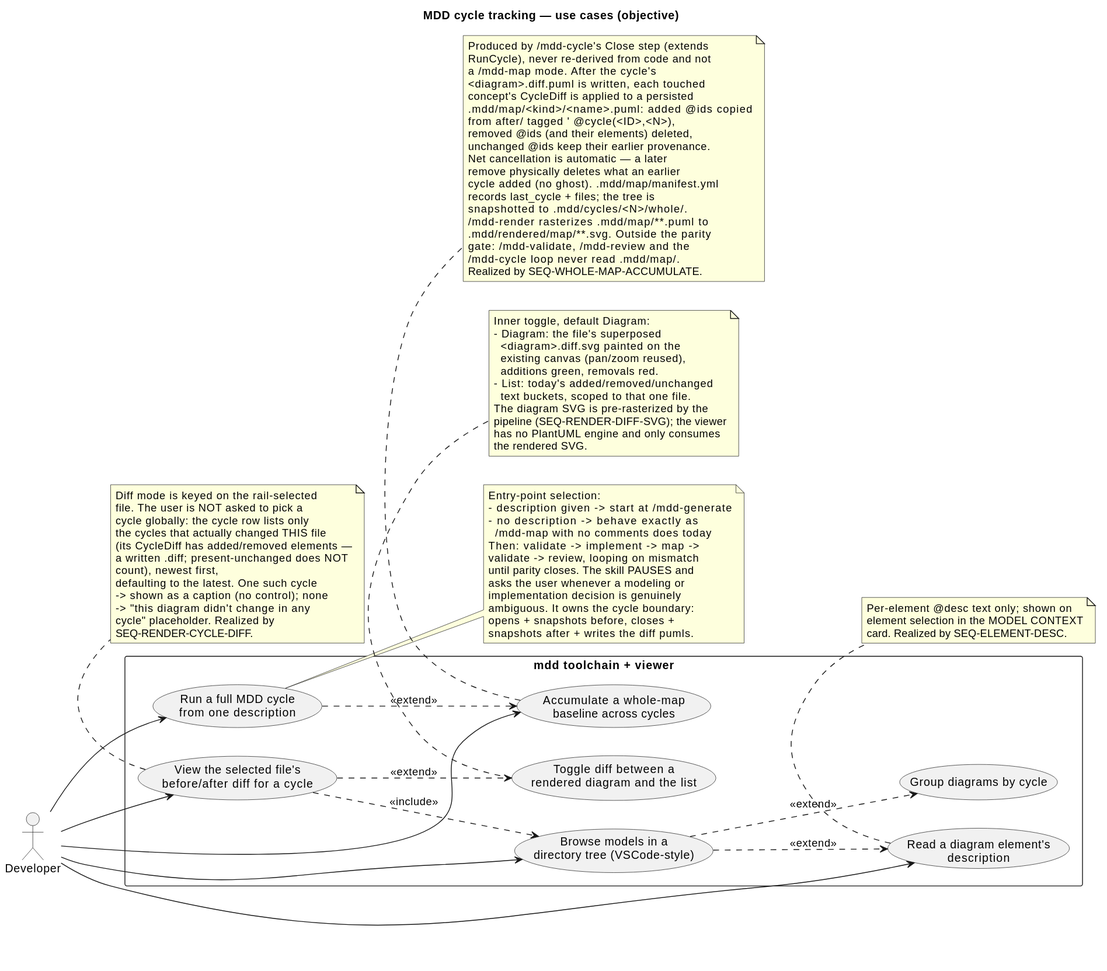
Above: .mdd/rendered/models/objective/use-cases/cycle-tracking.svg in cthadeufaria/model-driven-development (PlantUML), before the change.
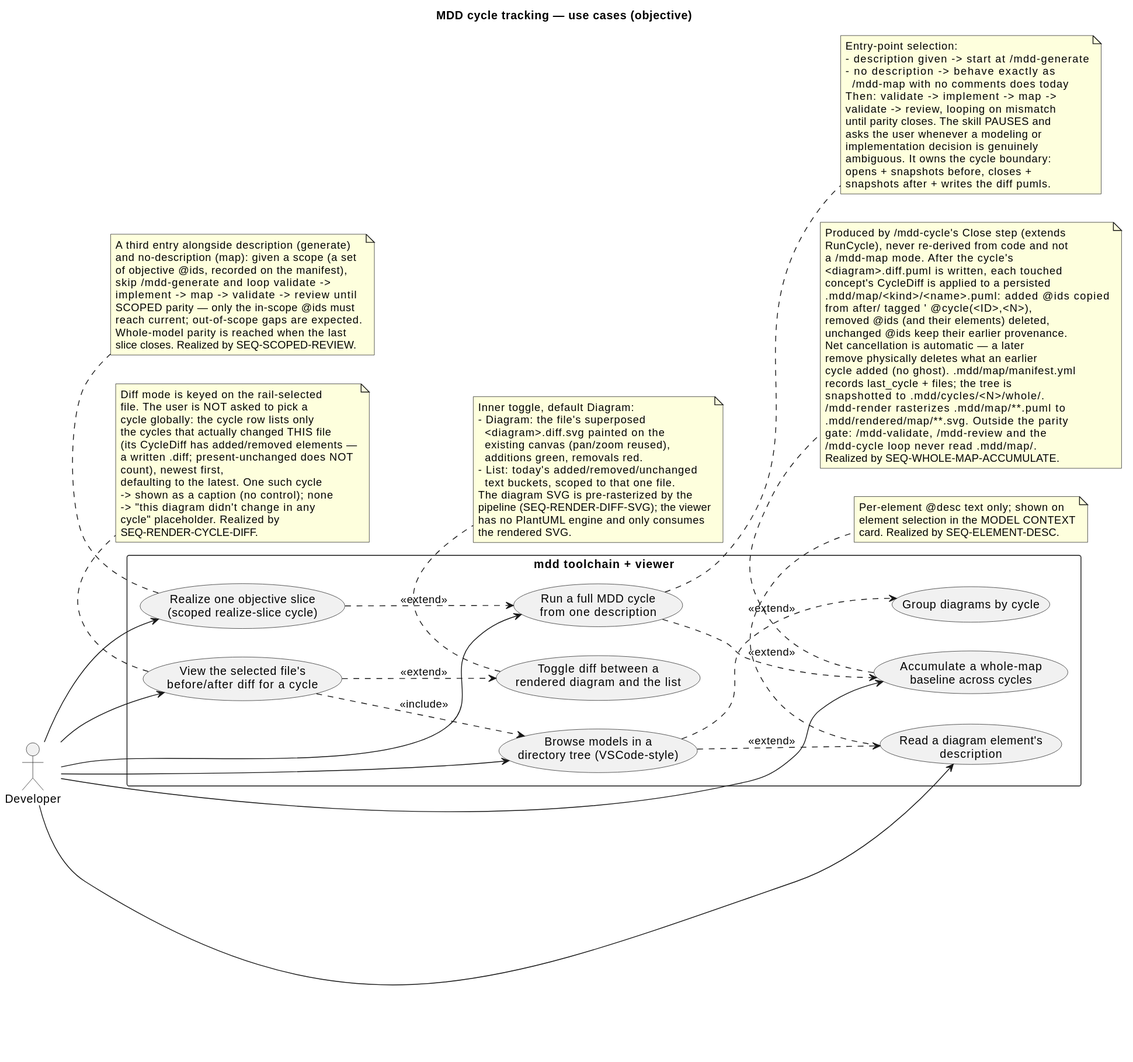
After the commit.

Diff of the diagram source:
```diff
@@ -7,6 +7,7 @@
 
 rectangle "mdd toolchain + viewer" {
   usecase "Run a full MDD cycle\nfrom one description" as RunCycle
+  usecase "Realize one objective slice\n(scoped realize-slice cycle)" as RealizeSlice
   usecase "Browse models in a\ndirectory tree (VSCode-style)" as Tree
   usecase "Group diagrams by cycle" as Group
   usecase "View the selected file's\nbefore/after diff for a cycle" as Diff
@@ -16,6 +17,7 @@
 }
 
 Dev --> RunCycle
+Dev --> RealizeSlice
 Dev --> Tree
 Dev --> Diff
 Dev --> Desc
@@ -26,6 +28,7 @@
 Diff ..> DiffDiagram : <<extend>>
 Tree ..> Desc : <<extend>>
 RunCycle ..> WholeMap : <<extend>>
+RealizeSlice ..> RunCycle : <<extend>>
 
 note right of RunCycle
   Entry-point selection:
@@ -40,6 +43,18 @@
   ambiguous. It owns the cycle boundary:
   opens + snapshots before, closes +
   snapshots after + writes the diff pumls.
+end note
+
+note bottom of RealizeSlice
+  A third entry alongside description (generate)
+  and no-description (map): given a scope (a set
+  of objective @ids, recorded on the manifest),
+  skip /mdd-generate and loop validate ->
+  implement -> map -> validate -> review until
+  SCOPED parity — only the in-scope @ids must
+  reach current; out-of-scope gaps are expected.
+  Whole-model parity is reached when the last
+  slice closes. Realized by SEQ-SCOPED-REVIEW.
 end note
 
 note bottom of Diff
```
